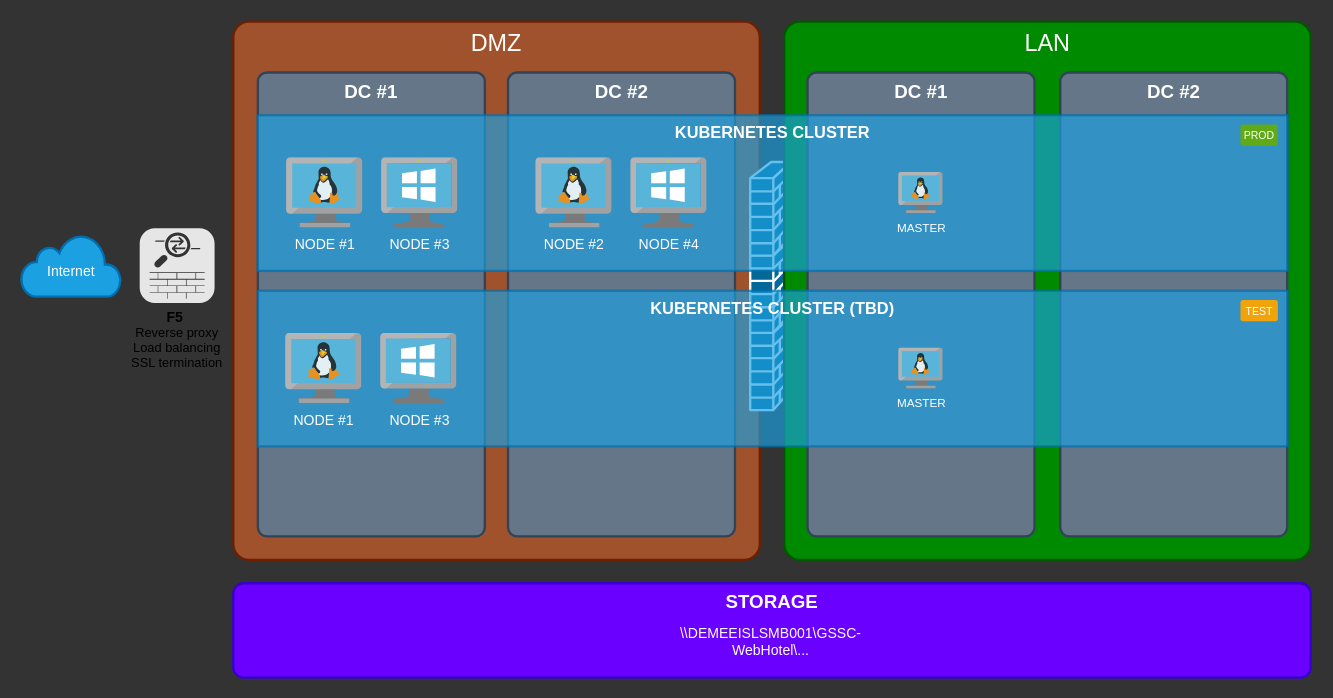
Before: page "2.0_HostEnvironment" (4 of 6) of draw.io/Web Hotel.drawio in changbowen/Misc, a draw.io diagram. Source tidied: cells renumbered, new cells numbered last; positions are measured from the earlier drawing's top-left corner, leaving out a move shared by most shapes. Both pictures are drawn from the tidied source at 117%, with x=0, y=0 at pixel (21, 21).
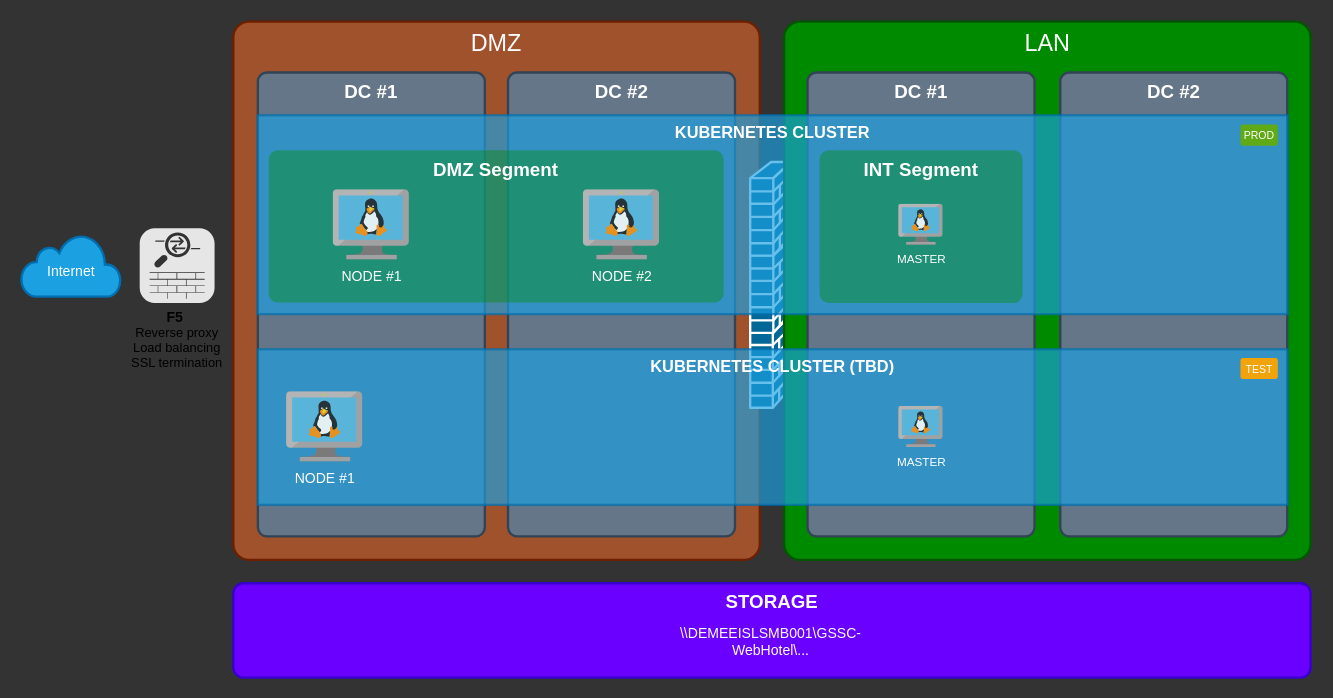
The same diagram, later.

The change refers to these unchanged cells:
```xml
<mxCell id="3" style="group;fontFamily=Saira Semi Condensed;FType=g;" parent="1" vertex="1">
  <mxGeometry x="622.7" y="120" width="34.6" height="212" as="geometry" />
</mxCell>
```

Change to the diagram source:
```diff
@@
     <mxCell id="4" style="shape=mxgraph.cisco.security.firewall;html=1;dashed=0;fillColor=#036897;strokeColor=#ffffff;strokeWidth=2;verticalLabelPosition=bottom;verticalAlign=top;labelBackgroundColor=none;fontFamily=Saira Semi Condensed;fontSize=20;fontColor=#FFFFFF;FType=g;" parent="3" vertex="1">
-      <mxGeometry y="132" width="34.6" height="80" as="geometry" />
+      <mxGeometry y="132" width="33.8" height="78" as="geometry" />
     </mxCell>
@@
     <mxCell id="13" value="KUBERNETES CLUSTER" style="rounded=1;whiteSpace=wrap;html=1;labelBackgroundColor=none;fontFamily=Saira Semi Condensed;fontSize=14;arcSize=0;fillColor=#1BA1E2AA;strokeColor=#006EAFAA;strokeWidth=2;verticalAlign=top;labelPosition=center;verticalLabelPosition=middle;align=center;fontColor=#ffffff;fontStyle=1;FType=g;" parent="1" vertex="1">
-      <mxGeometry x="201.7" y="80" width="880.3" height="133" as="geometry" />
+      <mxGeometry x="201.7" y="80" width="880.3" height="170" as="geometry" />
     </mxCell>
-    <mxCell id="14" value="MASTER" style="html=1;align=center;image;fontSize=10;image=img/lib/mscae/VM_Linux.svg;shadow=0;labelBackgroundColor=none;strokeColor=#28572D;strokeWidth=2;fillColor=#368A36;fontFamily=Saira Semi Condensed;fontColor=#FFFFFF;FType=g;" parent="1" vertex="1">
-      <mxGeometry x="749.7" y="129" width="38" height="35" as="geometry" />
-    </mxCell>
-    <mxCell id="15" value="NODE #1" style="html=1;align=center;image;fontSize=12;image=img/lib/mscae/VM_Linux.svg;shadow=0;labelBackgroundColor=none;strokeColor=#28572D;strokeWidth=2;fillColor=#368A36;fontFamily=Saira Semi Condensed;fontColor=#FFFFFF;FType=g;" parent="1" vertex="1">
-      <mxGeometry x="226.5" y="116.5" width="65.2" height="60" as="geometry" />
-    </mxCell>
-    <mxCell id="16" value="NODE #2" style="html=1;align=center;image;fontSize=12;image=img/lib/mscae/VM_Linux.svg;shadow=0;labelBackgroundColor=none;strokeColor=#28572D;strokeWidth=2;fillColor=#368A36;fontFamily=Saira Semi Condensed;fontColor=#FFFFFF;FType=g;" parent="1" vertex="1">
-      <mxGeometry x="439.5" y="116.5" width="65.2" height="60" as="geometry" />
-    </mxCell>
-    <mxCell id="17" value="NODE #3" style="html=1;align=center;image;fontSize=12;image=img/lib/mscae/VirtualMachineWindows.svg;shadow=0;labelBackgroundColor=none;strokeColor=#28572D;strokeWidth=2;fillColor=#368A36;fontFamily=Saira Semi Condensed;fontColor=#FFFFFF;FType=g;" parent="1" vertex="1">
-      <mxGeometry x="307.7" y="116.5" width="65.2" height="60" as="geometry" />
-    </mxCell>
-    <mxCell id="18" value="NODE #4" style="html=1;align=center;image;fontSize=12;image=img/lib/mscae/VirtualMachineWindows.svg;shadow=0;labelBackgroundColor=none;strokeColor=#28572D;strokeWidth=2;fillColor=#368A36;fontFamily=Saira Semi Condensed;fontColor=#FFFFFF;FType=g;" parent="1" vertex="1">
-      <mxGeometry x="520.7" y="116.5" width="65.2" height="60" as="geometry" />
-    </mxCell>
     <mxCell id="19" value="KUBERNETES CLUSTER (TBD)" style="rounded=1;whiteSpace=wrap;html=1;labelBackgroundColor=none;fontFamily=Saira Semi Condensed;fontSize=14;arcSize=0;fillColor=#1BA1E2AA;strokeColor=#006EAFAA;strokeWidth=2;verticalAlign=top;labelPosition=center;verticalLabelPosition=middle;align=center;fontColor=#ffffff;FType=g;fontStyle=1;" parent="1" vertex="1">
-      <mxGeometry x="201.9" y="230" width="880.1" height="133" as="geometry" />
+      <mxGeometry x="201.9" y="280" width="880.1" height="133" as="geometry" />
     </mxCell>
     <mxCell id="20" value="MASTER" style="html=1;align=center;image;fontSize=10;image=img/lib/mscae/VM_Linux.svg;shadow=0;labelBackgroundColor=none;strokeColor=#28572D;strokeWidth=2;fillColor=#368A36;fontFamily=Saira Semi Condensed;fontColor=#FFFFFF;FType=g;" parent="1" vertex="1">
-      <mxGeometry x="749.7" y="279" width="38" height="35" as="geometry" />
+      <mxGeometry x="749.7" y="329" width="38" height="35" as="geometry" />
     </mxCell>
     <mxCell id="21" value="NODE #1" style="html=1;align=center;image;fontSize=12;image=img/lib/mscae/VM_Linux.svg;shadow=0;labelBackgroundColor=none;strokeColor=#28572D;strokeWidth=2;fillColor=#368A36;fontFamily=Saira Semi Condensed;fontColor=#FFFFFF;FType=g;" parent="1" vertex="1">
-      <mxGeometry x="225.7" y="266.5" width="65.2" height="60" as="geometry" />
+      <mxGeometry x="226.5" y="316.5" width="65.2" height="60" as="geometry" />
     </mxCell>
-    <mxCell id="22" value="NODE #3" style="html=1;align=center;image;fontSize=12;image=img/lib/mscae/VirtualMachineWindows.svg;shadow=0;labelBackgroundColor=none;strokeColor=#28572D;strokeWidth=2;fillColor=#368A36;fontFamily=Saira Semi Condensed;fontColor=#FFFFFF;FType=g;" parent="1" vertex="1">
-      <mxGeometry x="306.9" y="266.5" width="65.2" height="60" as="geometry" />
-    </mxCell>
     <mxCell id="23" value="TEST" style="rounded=1;whiteSpace=wrap;html=1;labelBackgroundColor=none;fontFamily=Saira Semi Condensed;fontSize=9;arcSize=13;fillColor=#f0a30a;strokeColor=none;strokeWidth=2;verticalAlign=top;labelPosition=center;verticalLabelPosition=middle;align=center;fontColor=#ffffff;spacing=0;FType=g;" parent="1" vertex="1">
-      <mxGeometry x="1041.7" y="238" width="32" height="18" as="geometry" />
+      <mxGeometry x="1041.7" y="287.5" width="32" height="18" as="geometry" />
     </mxCell>
@@
+    <mxCell id="29" value="DMZ Segment" style="rounded=1;whiteSpace=wrap;html=1;labelBackgroundColor=none;fontFamily=Saira Semi Condensed;fontSize=16;arcSize=6;fillColor=#008A0066;strokeColor=none;strokeWidth=2;verticalAlign=top;labelPosition=center;verticalLabelPosition=middle;align=center;fontColor=#ffffff;FType=g;fontStyle=1;" parent="1" vertex="1">
+      <mxGeometry x="211.2" y="110" width="388.8" height="130" as="geometry" />
+    </mxCell>
+    <mxCell id="15" value="NODE #1" style="html=1;align=center;image;fontSize=12;image=img/lib/mscae/VM_Linux.svg;shadow=0;labelBackgroundColor=none;strokeColor=#28572D;strokeWidth=2;fillColor=#368A36;fontFamily=Saira Semi Condensed;fontColor=#FFFFFF;FType=g;" parent="1" vertex="1">
+      <mxGeometry x="266.3" y="143.8" width="65.2" height="60" as="geometry" />
+    </mxCell>
+    <mxCell id="16" value="NODE #2" style="html=1;align=center;image;fontSize=12;image=img/lib/mscae/VM_Linux.svg;shadow=0;labelBackgroundColor=none;strokeColor=#28572D;strokeWidth=2;fillColor=#368A36;fontFamily=Saira Semi Condensed;fontColor=#FFFFFF;FType=g;" parent="1" vertex="1">
+      <mxGeometry x="480.1" y="143.8" width="65.2" height="60" as="geometry" />
+    </mxCell>
+    <mxCell id="30" value="INT Segment" style="rounded=1;whiteSpace=wrap;html=1;labelBackgroundColor=none;fontFamily=Saira Semi Condensed;fontSize=16;arcSize=6;fillColor=#008A0066;strokeColor=none;strokeWidth=2;verticalAlign=top;labelPosition=center;verticalLabelPosition=middle;align=center;fontColor=#ffffff;FType=g;fontStyle=1;" parent="1" vertex="1">
+      <mxGeometry x="682" y="110" width="173.5" height="130.5" as="geometry" />
+    </mxCell>
+    <mxCell id="14" value="MASTER" style="html=1;align=center;image;fontSize=10;image=img/lib/mscae/VM_Linux.svg;shadow=0;labelBackgroundColor=none;strokeColor=#28572D;strokeWidth=2;fillColor=#368A36;fontFamily=Saira Semi Condensed;fontColor=#FFFFFF;FType=g;" parent="1" vertex="1">
+      <mxGeometry x="749.7" y="156.2" width="38" height="35" as="geometry" />
+    </mxCell>
```
